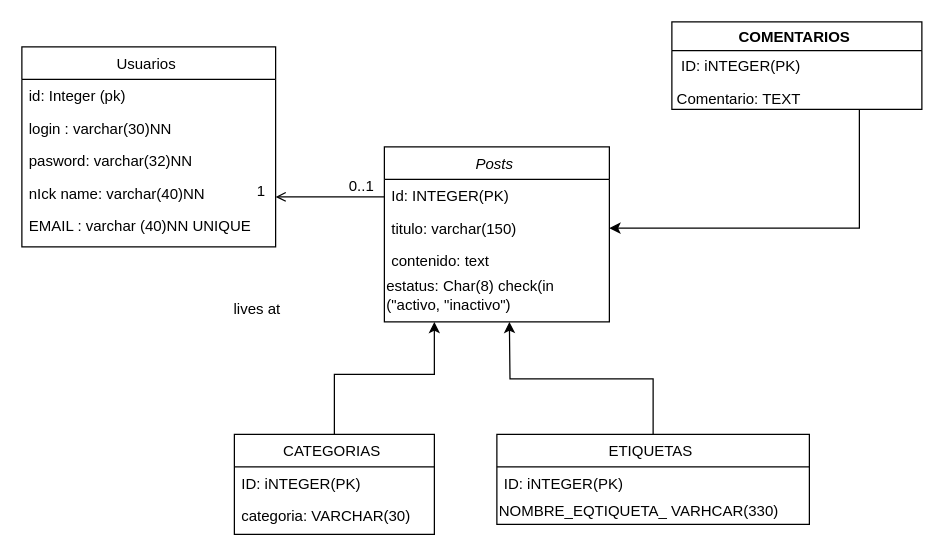
yeyess1/retouno.2.0 keeps this draw.io diagram as Untitled Diagram.drawio. Above is the earlier version. Source tidied: cells renumbered, new cells numbered last; positions are measured from the earlier drawing's top-left corner, leaving out a move shared by most shapes. Both pictures are drawn from the tidied source at 125%, with x=0, y=0 at pixel (21, 21).
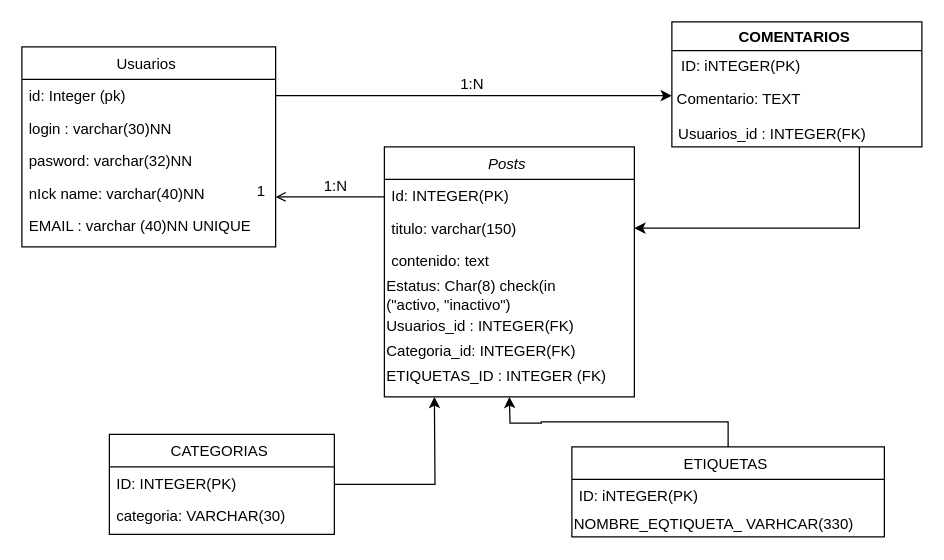
The same page after the edit.

The change refers to these unchanged cells:
```xml
<mxCell id="16" value="id: Integer (pk)" style="text;align=left;verticalAlign=top;spacingLeft=4;spacingRight=4;overflow=hidden;points=[[0,0.5],[1,0.5]];portConstraint=eastwest;" parent="15" vertex="1">
  <mxGeometry y="26" width="203" height="26" as="geometry" />
</mxCell>
<mxCell id="21" style="endArrow=open;shadow=0;strokeWidth=1;rounded=0;endFill=1;edgeStyle=elbowEdgeStyle;elbow=vertical;" parent="1" edge="1" source="2" target="15">
  <mxGeometry x="0.5" y="41" relative="1" as="geometry">
    <mxPoint x="-40" y="32" as="offset" />
  </mxGeometry>
</mxCell>
```

The edit, as a diff of the source:
```diff
@@
     <mxCell id="2" value="Posts " style="swimlane;fontStyle=2;align=center;verticalAlign=top;horizontal=1;startSize=26;rounded=0;shadow=0;strokeWidth=1;" parent="1" vertex="1">
-      <mxGeometry x="290" y="100" width="180" height="140" as="geometry" />
+      <mxGeometry x="290" y="100" width="200" height="200" as="geometry" />
     </mxCell>
     <mxCell id="3" value="Id: INTEGER(PK)" style="text;align=left;verticalAlign=top;spacingLeft=4;spacingRight=4;overflow=hidden;" parent="2" vertex="1">
-      <mxGeometry y="26" width="180" height="26" as="geometry" />
+      <mxGeometry y="26" width="200" height="26" as="geometry" />
     </mxCell>
     <mxCell id="4" value="titulo: varchar(150)" style="text;align=left;verticalAlign=top;spacingLeft=4;spacingRight=4;overflow=hidden;points=[[0,0.5],[1,0.5]];portConstraint=eastwest;rounded=0;shadow=0;html=0;" parent="2" vertex="1">
-      <mxGeometry y="52" width="180" height="26" as="geometry" />
+      <mxGeometry y="52" width="200" height="26" as="geometry" />
     </mxCell>
     <mxCell id="5" value="contenido: text&#10;" style="text;align=left;verticalAlign=top;spacingLeft=4;spacingRight=4;overflow=hidden;rounded=0;shadow=0;html=0;" parent="2" vertex="1">
-      <mxGeometry y="78" width="180" height="26" as="geometry" />
+      <mxGeometry y="78" width="200" height="26" as="geometry" />
     </mxCell>
-    <mxCell id="6" value="estatus: Char(8) check(in&lt;br&gt;(&quot;activo, &quot;inactivo&quot;)" style="text;html=1;align=left;verticalAlign=middle;points=[];strokeColor=none;fillColor=none;" parent="2" vertex="1">
-      <mxGeometry y="104" width="180" height="30" as="geometry" />
+    <mxCell id="6" value="Estatus: Char(8) check(in&lt;br&gt;(&quot;activo, &quot;inactivo&quot;)" style="text;html=1;align=left;verticalAlign=middle;points=[];strokeColor=none;fillColor=none;" parent="2" vertex="1">
+      <mxGeometry y="104" width="200" height="30" as="geometry" />
     </mxCell>
+    <mxCell id="29" value="Usuarios_id : INTEGER(FK)" style="text;html=1;align=left;verticalAlign=middle;strokeColor=none;fillColor=none;" parent="2" vertex="1">
+      <mxGeometry y="134" width="200" height="20" as="geometry" />
+    </mxCell>
+    <mxCell id="30" value="Categoria_id: INTEGER(FK)&amp;nbsp;" style="text;html=1;align=left;verticalAlign=middle;strokeColor=none;fillColor=none;" parent="2" vertex="1">
+      <mxGeometry y="154" width="200" height="20" as="geometry" />
+    </mxCell>
+    <mxCell id="31" value="ETIQUETAS_ID : INTEGER (FK)" style="text;html=1;align=left;verticalAlign=middle;strokeColor=none;fillColor=none;" parent="2" vertex="1">
+      <mxGeometry y="174" width="200" height="20" as="geometry" />
+    </mxCell>
-    <mxCell id="7" style="edgeStyle=orthogonalEdgeStyle;rounded=0;jettySize=auto;html=1;entryX=0.222;entryY=1.2;entryDx=0;entryDy=0;entryPerimeter=0;" parent="1" edge="1" source="8" target="6">
-      <mxGeometry relative="1" as="geometry" />
+    <mxCell id="7" style="edgeStyle=orthogonalEdgeStyle;rounded=0;jettySize=auto;html=1;" parent="1" edge="1" source="8">
+      <mxGeometry relative="1" as="geometry">
+        <mxPoint x="330" y="300" as="targetPoint" />
+      </mxGeometry>
     </mxCell>
     <mxCell id="8" value="CATEGORIAS " style="swimlane;fontStyle=0;align=center;verticalAlign=top;horizontal=1;startSize=26;rounded=0;shadow=0;strokeWidth=1;" parent="1" vertex="1">
-      <mxGeometry x="170" y="330" width="160" height="80" as="geometry" />
+      <mxGeometry x="70" y="330" width="180" height="80" as="geometry" />
     </mxCell>
-    <mxCell id="9" value="ID: iNTEGER(PK)" style="text;align=left;verticalAlign=top;spacingLeft=4;spacingRight=4;overflow=hidden;" parent="8" vertex="1">
-      <mxGeometry y="26" width="160" height="26" as="geometry" />
+    <mxCell id="9" value="ID: INTEGER(PK)" style="text;align=left;verticalAlign=top;spacingLeft=4;spacingRight=4;overflow=hidden;" parent="8" vertex="1">
+      <mxGeometry y="26" width="180" height="26" as="geometry" />
     </mxCell>
     <mxCell id="10" value="categoria: VARCHAR(30)" style="text;align=left;verticalAlign=top;spacingLeft=4;spacingRight=4;overflow=hidden;rounded=0;shadow=0;html=0;" parent="8" vertex="1">
-      <mxGeometry y="52" width="160" height="26" as="geometry" />
+      <mxGeometry y="52" width="180" height="28" as="geometry" />
     </mxCell>
     <mxCell id="11" style="edgeStyle=orthogonalEdgeStyle;rounded=0;jettySize=auto;html=1;exitX=0.5;exitY=0;exitDx=0;exitDy=0;" parent="1" edge="1" source="12">
       <mxGeometry relative="1" as="geometry">
-        <mxPoint x="390" y="240" as="targetPoint" />
+        <mxPoint x="390" y="300" as="targetPoint" />
       </mxGeometry>
     </mxCell>
     <mxCell id="12" value="ETIQUETAS " style="swimlane;fontStyle=0;align=center;verticalAlign=top;horizontal=1;startSize=26;rounded=0;shadow=0;strokeWidth=1;" parent="1" vertex="1">
-      <mxGeometry x="380" y="330" width="250" height="72" as="geometry" />
+      <mxGeometry x="440" y="340" width="250" height="72" as="geometry" />
     </mxCell>
@@
-    <mxCell id="22" value="0..1" style="align=left;verticalAlign=bottom;labelBackgroundColor=none;fontSize=12;" parent="21" vertex="1">
+    <mxCell id="22" value="1:N" style="align=left;verticalAlign=bottom;labelBackgroundColor=none;fontSize=12;" parent="21" vertex="1">
       <mxGeometry x="-1" relative="1" as="geometry">
-        <mxPoint x="-30" as="offset" />
+        <mxPoint x="-50" as="offset" />
       </mxGeometry>
     </mxCell>
@@
-    <mxCell id="24" value="lives at" style="text;html=1;align=center;verticalAlign=middle;labelBackgroundColor=none;rounded=0;shadow=0;strokeWidth=1;fontSize=12;" parent="21" vertex="1">
-      <mxGeometry x="0.5" y="49" relative="1" as="geometry">
-        <mxPoint x="-38" y="40" as="offset" />
-      </mxGeometry>
-    </mxCell>
@@
     <mxCell id="26" value="COMENTARIOS " style="swimlane;" parent="1" vertex="1">
-      <mxGeometry x="520" width="200" height="70" as="geometry" />
+      <mxGeometry x="520" width="200" height="100" as="geometry" />
     </mxCell>
@@
+    <mxCell id="32" value="Usuarios_id : INTEGER(FK)" style="text;html=1;align=center;verticalAlign=middle;strokeColor=none;fillColor=none;" parent="26" vertex="1">
+      <mxGeometry x="-5" y="80" width="170" height="20" as="geometry" />
+    </mxCell>
+    <mxCell id="33" style="edgeStyle=orthogonalEdgeStyle;rounded=0;jettySize=auto;html=1;exitX=1;exitY=0.5;exitDx=0;exitDy=0;" parent="1" edge="1" source="16">
+      <mxGeometry relative="1" as="geometry">
+        <mxPoint x="520" y="59" as="targetPoint" />
+      </mxGeometry>
+    </mxCell>
+    <mxCell id="34" value="1:N" style="text;html=1;align=center;verticalAlign=middle;strokeColor=none;fillColor=none;" parent="1" vertex="1">
+      <mxGeometry x="345" y="40" width="30" height="20" as="geometry" />
+    </mxCell>
```
